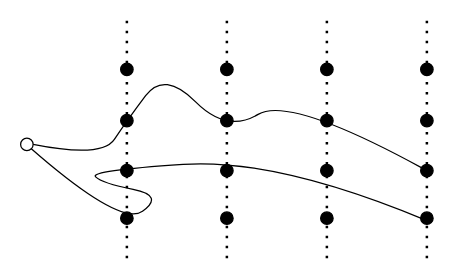
Above: DDS_3.drawio in LanxinHe/CHEMP_figs (draw.io), before the change. Source tidied: cells renumbered, new cells numbered last; positions are measured from the earlier drawing's top-left corner, leaving out a move shared by most shapes. Both pictures are drawn from the tidied source at 125%, with x=0, y=0 at pixel (20, 20).
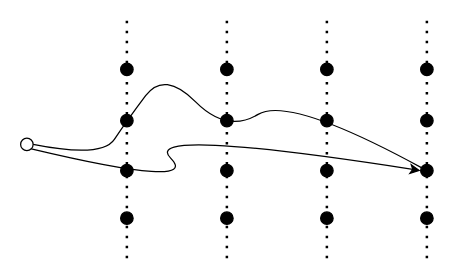
After the change.

Commit message:
Mettre à jour DDS_3.drawio

Unchanged cells that the change refers to:
```xml
<mxCell id="2" style="ellipse;whiteSpace=wrap;html=1;" parent="1" vertex="1">
  <mxGeometry y="94" width="10" height="10" as="geometry" />
</mxCell>
<mxCell id="30" style="ellipse;whiteSpace=wrap;html=1;fillColor=#000000;" parent="1" vertex="1">
  <mxGeometry x="320" y="115" width="10" height="10" as="geometry" />
</mxCell>
```

Diff of the diagram source:
```diff
@@
-    <mxCell id="36" style="curved=1;endArrow=none;html=1;rounded=0;startFill=0;exitX=1;exitY=1;exitDx=0;exitDy=0;" parent="1" edge="1" source="2">
-      <mxGeometry relative="1" as="geometry">
-        <mxPoint x="325" y="160" as="targetPoint" />
-        <Array as="points">
-          <mxPoint x="80" y="165" />
-          <mxPoint x="115" y="140" />
-          <mxPoint x="65" y="130" />
-          <mxPoint x="55" y="120" />
-          <mxPoint x="205" y="110" />
-        </Array>
-      </mxGeometry>
-    </mxCell>
+    <mxCell id="37" style="curved=1;endArrow=classic;html=1;rounded=0;entryX=0;entryY=0.5;entryDx=0;entryDy=0;exitX=1;exitY=1;exitDx=0;exitDy=0;" parent="1" edge="1" source="2" target="30">
+      <mxGeometry relative="1" as="geometry">
+        <Array as="points">
+          <mxPoint x="145" y="135" />
+          <mxPoint x="95" y="85" />
+        </Array>
+      </mxGeometry>
+    </mxCell>
```
